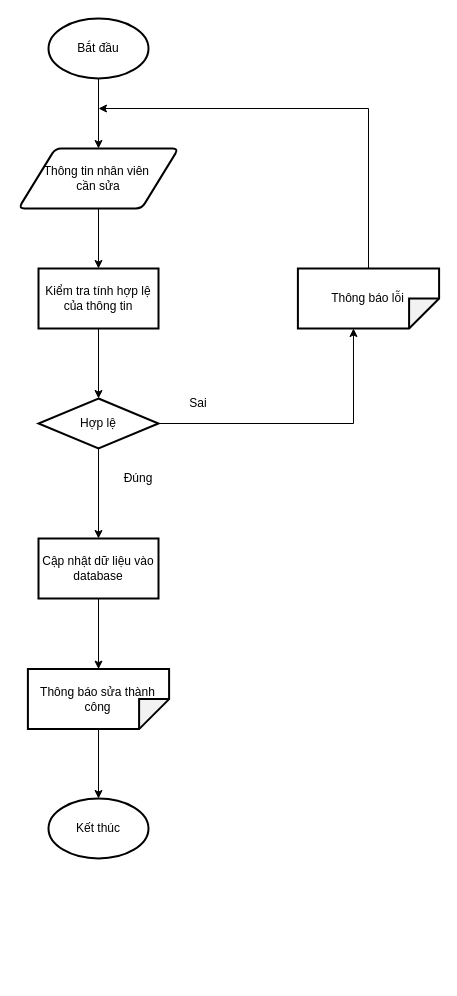
Above: BRD_PRD/PRD/drawio flow 2/flowSUANV.drawio in hungtadasuke/CoffeShop_SoftwareTechnology (draw.io), before the change. Source tidied: cells renumbered, new cells numbered last; positions are measured from the earlier drawing's top-left corner, leaving out a move shared by most shapes. Both pictures are drawn from the tidied source at 100%, with x=0, y=0 at pixel (18, 18).
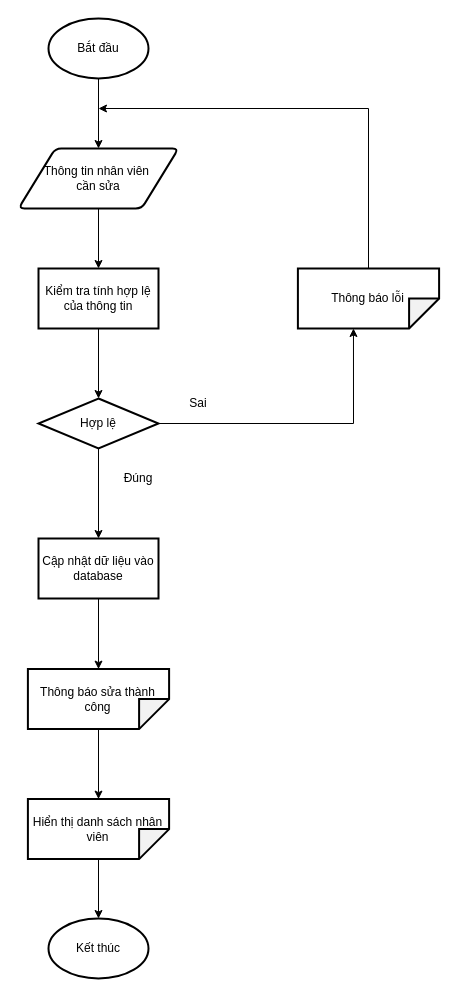
The same page after the edit.

Unchanged cells that the change refers to:
```xml
<mxCell id="18" value="Thông báo sửa thành công" style="shape=note;whiteSpace=wrap;html=1;backgroundOutline=1;darkOpacity=0.05;strokeWidth=2;rotation=90;spacing=2;labelBorderColor=none;fontColor=default;verticalAlign=middle;horizontal=0;" parent="1" vertex="1">
  <mxGeometry x="50" y="610" width="60" height="141.2" as="geometry" />
</mxCell>
```

Change to the diagram source:
```diff
@@
     <mxCell id="4" value="Kết thúc" style="strokeWidth=2;html=1;shape=mxgraph.flowchart.start_1;whiteSpace=wrap;" parent="1" vertex="1">
-      <mxGeometry x="30" y="780" width="100" height="60" as="geometry" />
+      <mxGeometry x="30" y="900" width="100" height="60" as="geometry" />
     </mxCell>
@@
-    <mxCell id="17" style="edgeStyle=orthogonalEdgeStyle;rounded=0;jettySize=auto;html=1;" parent="1" edge="1" source="18" target="4">
+    <mxCell id="17" style="edgeStyle=orthogonalEdgeStyle;rounded=0;jettySize=auto;html=1;startArrow=none;" parent="1" edge="1" source="20" target="4">
       <mxGeometry relative="1" as="geometry" />
     </mxCell>
@@
+    <mxCell id="20" value="Hiển thị danh sách nhân viên" style="shape=note;whiteSpace=wrap;html=1;backgroundOutline=1;darkOpacity=0.05;strokeWidth=2;rotation=90;spacing=2;labelBorderColor=none;fontColor=default;verticalAlign=middle;horizontal=0;" parent="1" vertex="1">
+      <mxGeometry x="50" y="740" width="60" height="141.2" as="geometry" />
+    </mxCell>
+    <mxCell id="21" style="edgeStyle=orthogonalEdgeStyle;rounded=0;jettySize=auto;html=1;endArrow=classic;endFill=1;" parent="1" edge="1" source="18" target="20">
+      <mxGeometry relative="1" as="geometry" />
+    </mxCell>
```
